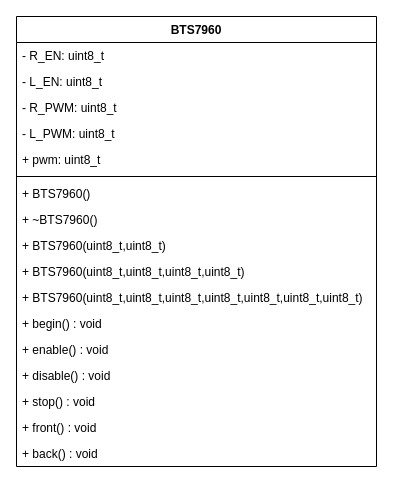
Earlier version of the draw.io diagram Assets/BTS7960 motordriver class.drawio (1337encrypted/BTS7960_TH9x). Source tidied: cells renumbered, new cells numbered last; positions are measured from the earlier drawing's top-left corner, leaving out a move shared by most shapes. Both pictures are drawn from the tidied source at 100%, with x=0, y=0 at pixel (16, 16).
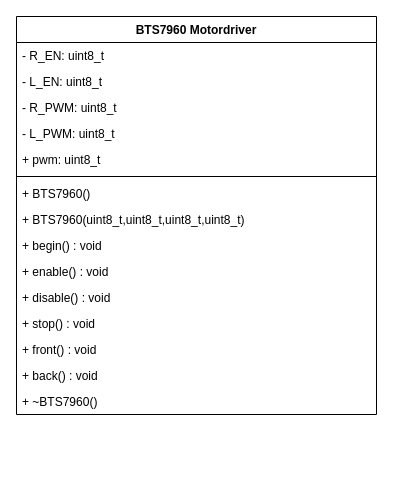
The same diagram, later.

Commit message (it also covers changes not shown here):
edited LED and motordriver class UML

The edit, as a diff of the source:
```diff
@@
 <mxGraphModel>
   <root>
     <mxCell id="0" />
     <mxCell id="1" parent="0" />
-    <mxCell id="2" value="BTS7960" style="swimlane;fontStyle=1;align=center;verticalAlign=top;horizontal=1;startSize=26;" parent="1" vertex="1">
-      <mxGeometry width="360" height="450" as="geometry" />
+    <mxCell id="2" value="BTS7960 Motordriver" style="swimlane;fontStyle=1;align=center;verticalAlign=top;horizontal=1;startSize=26;" parent="1" vertex="1">
+      <mxGeometry width="360" height="398" as="geometry" />
     </mxCell>
     <mxCell id="3" value="- R_EN: uint8_t" style="text;strokeColor=none;fillColor=none;align=left;verticalAlign=top;spacingLeft=4;spacingRight=4;overflow=hidden;" parent="2" vertex="1">
       <mxGeometry y="26" width="360" height="26" as="geometry" />
     </mxCell>
     <mxCell id="4" value="- L_EN: uint8_t" style="text;strokeColor=none;fillColor=none;align=left;verticalAlign=top;spacingLeft=4;spacingRight=4;overflow=hidden;" parent="2" vertex="1">
       <mxGeometry y="52" width="360" height="26" as="geometry" />
     </mxCell>
     <mxCell id="5" value="- R_PWM: uint8_t" style="text;strokeColor=none;fillColor=none;align=left;verticalAlign=top;spacingLeft=4;spacingRight=4;overflow=hidden;" parent="2" vertex="1">
       <mxGeometry y="78" width="360" height="26" as="geometry" />
     </mxCell>
     <mxCell id="6" value="- L_PWM: uint8_t" style="text;strokeColor=none;fillColor=none;align=left;verticalAlign=top;spacingLeft=4;spacingRight=4;overflow=hidden;" parent="2" vertex="1">
       <mxGeometry y="104" width="360" height="26" as="geometry" />
     </mxCell>
     <mxCell id="7" value="+ pwm: uint8_t" style="text;strokeColor=none;fillColor=none;align=left;verticalAlign=top;spacingLeft=4;spacingRight=4;overflow=hidden;" parent="2" vertex="1">
       <mxGeometry y="130" width="360" height="26" as="geometry" />
     </mxCell>
     <mxCell id="8" style="line;strokeWidth=1;fillColor=none;align=left;verticalAlign=middle;spacingTop=-1;spacingLeft=3;spacingRight=3;labelPosition=right;strokeColor=inherit;" parent="2" vertex="1">
       <mxGeometry y="156" width="360" height="8" as="geometry" />
     </mxCell>
     <mxCell id="9" value="+ BTS7960()" style="text;strokeColor=none;fillColor=none;align=left;verticalAlign=top;spacingLeft=4;spacingRight=4;overflow=hidden;" parent="2" vertex="1">
       <mxGeometry y="164" width="360" height="26" as="geometry" />
     </mxCell>
-    <mxCell id="10" value="+ ~BTS7960()" style="text;strokeColor=none;fillColor=none;align=left;verticalAlign=top;spacingLeft=4;spacingRight=4;overflow=hidden;" parent="2" vertex="1">
-      <mxGeometry y="190" width="360" height="26" as="geometry" />
-    </mxCell>
-    <mxCell id="11" value="+ BTS7960(uint8_t,uint8_t)" style="text;strokeColor=none;fillColor=none;align=left;verticalAlign=top;spacingLeft=4;spacingRight=4;overflow=hidden;" parent="2" vertex="1">
-      <mxGeometry y="216" width="360" height="26" as="geometry" />
-    </mxCell>
     <mxCell id="12" value="+ BTS7960(uint8_t,uint8_t,uint8_t,uint8_t)" style="text;strokeColor=none;fillColor=none;align=left;verticalAlign=top;spacingLeft=4;spacingRight=4;overflow=hidden;" parent="2" vertex="1">
-      <mxGeometry y="242" width="360" height="26" as="geometry" />
+      <mxGeometry y="190" width="360" height="26" as="geometry" />
     </mxCell>
-    <mxCell id="13" value="+ BTS7960(uint8_t,uint8_t,uint8_t,uint8_t,uint8_t,uint8_t,uint8_t)" style="text;strokeColor=none;fillColor=none;align=left;verticalAlign=top;spacingLeft=4;spacingRight=4;overflow=hidden;" parent="2" vertex="1">
-      <mxGeometry y="268" width="360" height="26" as="geometry" />
-    </mxCell>
     <mxCell id="14" value="+ begin() : void" style="text;strokeColor=none;fillColor=none;align=left;verticalAlign=top;spacingLeft=4;spacingRight=4;overflow=hidden;" parent="2" vertex="1">
-      <mxGeometry y="294" width="360" height="26" as="geometry" />
+      <mxGeometry y="216" width="360" height="26" as="geometry" />
     </mxCell>
     <mxCell id="15" value="+ enable() : void" style="text;strokeColor=none;fillColor=none;align=left;verticalAlign=top;spacingLeft=4;spacingRight=4;overflow=hidden;" parent="2" vertex="1">
-      <mxGeometry y="320" width="360" height="26" as="geometry" />
+      <mxGeometry y="242" width="360" height="26" as="geometry" />
     </mxCell>
     <mxCell id="16" value="+ disable() : void" style="text;strokeColor=none;fillColor=none;align=left;verticalAlign=top;spacingLeft=4;spacingRight=4;overflow=hidden;" parent="2" vertex="1">
-      <mxGeometry y="346" width="360" height="26" as="geometry" />
+      <mxGeometry y="268" width="360" height="26" as="geometry" />
     </mxCell>
     <mxCell id="17" value="+ stop() : void" style="text;strokeColor=none;fillColor=none;align=left;verticalAlign=top;spacingLeft=4;spacingRight=4;overflow=hidden;" parent="2" vertex="1">
-      <mxGeometry y="372" width="360" height="26" as="geometry" />
+      <mxGeometry y="294" width="360" height="26" as="geometry" />
     </mxCell>
     <mxCell id="18" value="+ front() : void" style="text;strokeColor=none;fillColor=none;align=left;verticalAlign=top;spacingLeft=4;spacingRight=4;overflow=hidden;" parent="2" vertex="1">
-      <mxGeometry y="398" width="360" height="26" as="geometry" />
+      <mxGeometry y="320" width="360" height="26" as="geometry" />
     </mxCell>
     <mxCell id="19" value="+ back() : void" style="text;strokeColor=none;fillColor=none;align=left;verticalAlign=top;spacingLeft=4;spacingRight=4;overflow=hidden;" parent="2" vertex="1">
-      <mxGeometry y="424" width="360" height="26" as="geometry" />
+      <mxGeometry y="346" width="360" height="26" as="geometry" />
     </mxCell>
+    <mxCell id="10" value="+ ~BTS7960()" style="text;strokeColor=none;fillColor=none;align=left;verticalAlign=top;spacingLeft=4;spacingRight=4;overflow=hidden;" parent="2" vertex="1">
+      <mxGeometry y="372" width="360" height="26" as="geometry" />
+    </mxCell>
   </root>
 </mxGraphModel>
```
